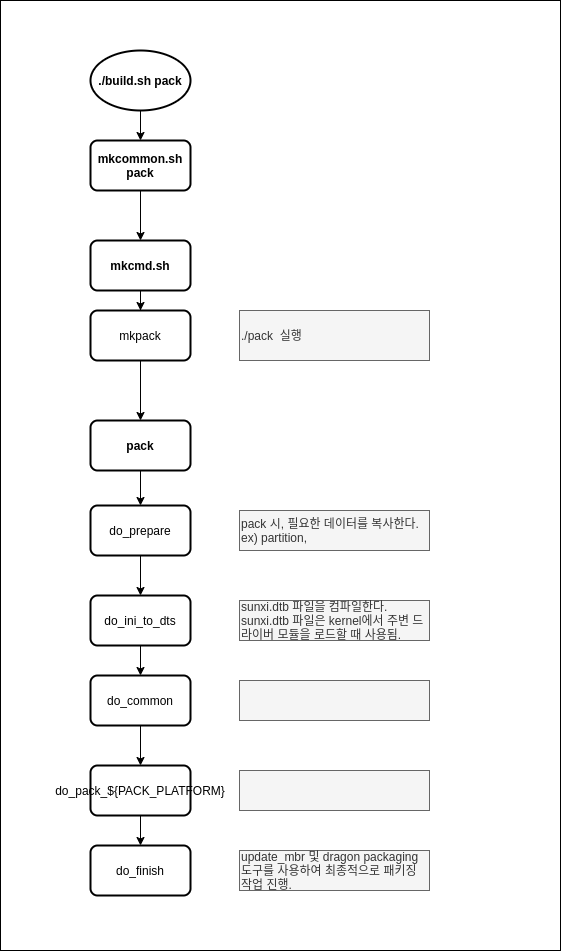
Above: image/ALLWINNER_PACKAGING_PROCESS_ANALYSIS-1.png in lchy0113/dev_tips (draw.io), before the change. Source tidied: cells renumbered, new cells last; positions are measured from the earlier drawing's top-left corner, leaving out a move shared by most shapes.
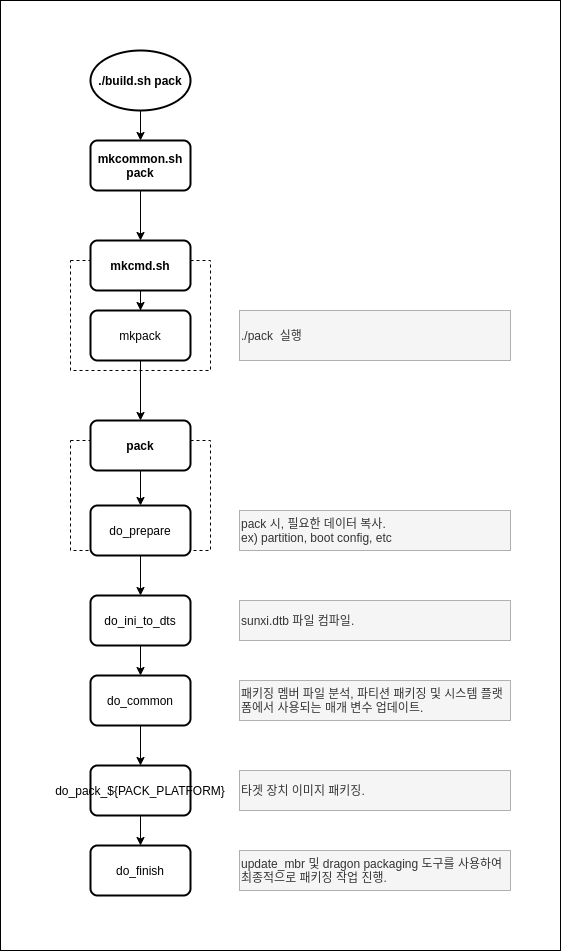
The same file after the commit.

Change to the diagram source:
```diff
@@ -5,80 +5,86 @@
     <mxCell id="2" style="rounded=0;whiteSpace=wrap;html=1;" parent="1" vertex="1">
       <mxGeometry width="560" height="950" as="geometry" />
     </mxCell>
-    <mxCell id="3" style="edgeStyle=orthogonalEdgeStyle;rounded=0;jettySize=auto;html=1;" parent="1" edge="1" source="4" target="6">
-      <mxGeometry relative="1" as="geometry" />
+    <mxCell id="3" style="rounded=0;whiteSpace=wrap;html=1;dashed=1;" parent="1" vertex="1">
+      <mxGeometry x="70" y="260" width="140" height="110" as="geometry" />
     </mxCell>
-    <mxCell id="4" value="./build.sh pack" style="strokeWidth=2;html=1;shape=mxgraph.flowchart.start_1;whiteSpace=wrap;fontStyle=1;" parent="1" vertex="1">
-      <mxGeometry x="90" y="50" width="100" height="60" as="geometry" />
+    <mxCell id="4" style="edgeStyle=orthogonalEdgeStyle;rounded=0;jettySize=auto;html=1;" parent="1" edge="1" source="5" target="7">
+      <mxGeometry relative="1" as="geometry" />
     </mxCell>
-    <mxCell id="5" style="edgeStyle=orthogonalEdgeStyle;rounded=0;jettySize=auto;html=1;" parent="1" edge="1" source="6" target="8">
-      <mxGeometry relative="1" as="geometry" />
+    <mxCell id="5" value="./build.sh pack" style="strokeWidth=2;html=1;shape=mxgraph.flowchart.start_1;whiteSpace=wrap;fontStyle=1;" parent="1" vertex="1">
+      <mxGeometry x="90" y="50" width="100" height="60" as="geometry" />
     </mxCell>
-    <mxCell id="6" value="mkcommon.sh pack" style="rounded=1;whiteSpace=wrap;html=1;absoluteArcSize=1;arcSize=14;strokeWidth=2;fontStyle=1;" parent="1" vertex="1">
-      <mxGeometry x="90" y="140" width="100" height="50" as="geometry" />
+    <mxCell id="6" style="edgeStyle=orthogonalEdgeStyle;rounded=0;jettySize=auto;html=1;" parent="1" edge="1" source="7" target="9">
+      <mxGeometry relative="1" as="geometry" />
     </mxCell>
-    <mxCell id="7" style="edgeStyle=orthogonalEdgeStyle;rounded=0;jettySize=auto;html=1;entryX=0.5;entryY=0;entryDx=0;entryDy=0;" parent="1" edge="1" source="8" target="10">
-      <mxGeometry relative="1" as="geometry" />
+    <mxCell id="7" value="mkcommon.sh pack" style="rounded=1;whiteSpace=wrap;html=1;absoluteArcSize=1;arcSize=14;strokeWidth=2;fontStyle=1;" parent="1" vertex="1">
+      <mxGeometry x="90" y="140" width="100" height="50" as="geometry" />
     </mxCell>
-    <mxCell id="8" value="mkcmd.sh" style="rounded=1;whiteSpace=wrap;html=1;absoluteArcSize=1;arcSize=14;strokeWidth=2;fontStyle=1;" parent="1" vertex="1">
-      <mxGeometry x="90" y="240" width="100" height="50" as="geometry" />
+    <mxCell id="8" style="edgeStyle=orthogonalEdgeStyle;rounded=0;jettySize=auto;html=1;entryX=0.5;entryY=0;entryDx=0;entryDy=0;" parent="1" edge="1" source="9" target="11">
+      <mxGeometry relative="1" as="geometry" />
     </mxCell>
-    <mxCell id="9" style="edgeStyle=orthogonalEdgeStyle;rounded=0;jettySize=auto;html=1;entryX=0.5;entryY=0;entryDx=0;entryDy=0;" parent="1" edge="1" source="10" target="12">
-      <mxGeometry relative="1" as="geometry" />
+    <mxCell id="9" value="mkcmd.sh" style="rounded=1;whiteSpace=wrap;html=1;absoluteArcSize=1;arcSize=14;strokeWidth=2;fontStyle=1;" parent="1" vertex="1">
+      <mxGeometry x="90" y="240" width="100" height="50" as="geometry" />
     </mxCell>
-    <mxCell id="10" value="mkpack" style="rounded=1;whiteSpace=wrap;html=1;absoluteArcSize=1;arcSize=14;strokeWidth=2;" parent="1" vertex="1">
-      <mxGeometry x="90" y="310" width="100" height="50" as="geometry" />
+    <mxCell id="10" style="edgeStyle=orthogonalEdgeStyle;rounded=0;jettySize=auto;html=1;entryX=0.5;entryY=0;entryDx=0;entryDy=0;" parent="1" edge="1" source="11" target="15">
+      <mxGeometry relative="1" as="geometry" />
     </mxCell>
-    <mxCell id="11" style="edgeStyle=orthogonalEdgeStyle;rounded=0;jettySize=auto;html=1;" parent="1" edge="1" source="12" target="14">
-      <mxGeometry relative="1" as="geometry" />
+    <mxCell id="11" value="mkpack" style="rounded=1;whiteSpace=wrap;html=1;absoluteArcSize=1;arcSize=14;strokeWidth=2;" parent="1" vertex="1">
+      <mxGeometry x="90" y="310" width="100" height="50" as="geometry" />
     </mxCell>
-    <mxCell id="12" value="pack" style="rounded=1;whiteSpace=wrap;html=1;absoluteArcSize=1;arcSize=14;strokeWidth=2;fontStyle=1;" parent="1" vertex="1">
-      <mxGeometry x="90" y="420" width="100" height="50" as="geometry" />
+    <mxCell id="12" value="./pack&amp;nbsp; 실행" style="text;html=1;align=left;verticalAlign=middle;whiteSpace=wrap;rounded=0;fillColor=#f5f5f5;strokeColor=#666666;fontColor=#333333;dashed=1;dashPattern=1 1;" parent="1" vertex="1">
+      <mxGeometry x="239" y="310" width="271" height="50" as="geometry" />
     </mxCell>
-    <mxCell id="13" style="edgeStyle=orthogonalEdgeStyle;rounded=0;jettySize=auto;html=1;entryX=0.5;entryY=0;entryDx=0;entryDy=0;" parent="1" edge="1" source="14" target="16">
-      <mxGeometry relative="1" as="geometry" />
+    <mxCell id="13" style="rounded=0;whiteSpace=wrap;html=1;dashed=1;fontStyle=1;" parent="1" vertex="1">
+      <mxGeometry x="70" y="440" width="140" height="110" as="geometry" />
     </mxCell>
-    <mxCell id="14" value="do_prepare" style="rounded=1;whiteSpace=wrap;html=1;absoluteArcSize=1;arcSize=14;strokeWidth=2;" parent="1" vertex="1">
-      <mxGeometry x="90" y="505" width="100" height="50" as="geometry" />
+    <mxCell id="14" style="edgeStyle=orthogonalEdgeStyle;rounded=0;jettySize=auto;html=1;" parent="1" edge="1" source="15" target="17">
+      <mxGeometry relative="1" as="geometry" />
     </mxCell>
-    <mxCell id="15" style="edgeStyle=orthogonalEdgeStyle;rounded=0;jettySize=auto;html=1;entryX=0.5;entryY=0;entryDx=0;entryDy=0;" parent="1" edge="1" source="16" target="18">
-      <mxGeometry relative="1" as="geometry" />
+    <mxCell id="15" value="pack" style="rounded=1;whiteSpace=wrap;html=1;absoluteArcSize=1;arcSize=14;strokeWidth=2;fontStyle=1;" parent="1" vertex="1">
+      <mxGeometry x="90" y="420" width="100" height="50" as="geometry" />
     </mxCell>
-    <mxCell id="16" value="do_ini_to_dts" style="rounded=1;whiteSpace=wrap;html=1;absoluteArcSize=1;arcSize=14;strokeWidth=2;" parent="1" vertex="1">
-      <mxGeometry x="90" y="595" width="100" height="50" as="geometry" />
+    <mxCell id="16" style="edgeStyle=orthogonalEdgeStyle;rounded=0;jettySize=auto;html=1;entryX=0.5;entryY=0;entryDx=0;entryDy=0;" parent="1" edge="1" source="17" target="19">
+      <mxGeometry relative="1" as="geometry" />
     </mxCell>
-    <mxCell id="17" style="edgeStyle=orthogonalEdgeStyle;rounded=0;jettySize=auto;html=1;" parent="1" edge="1" source="18" target="20">
-      <mxGeometry relative="1" as="geometry" />
+    <mxCell id="17" value="do_prepare" style="rounded=1;whiteSpace=wrap;html=1;absoluteArcSize=1;arcSize=14;strokeWidth=2;" parent="1" vertex="1">
+      <mxGeometry x="90" y="505" width="100" height="50" as="geometry" />
     </mxCell>
-    <mxCell id="18" value="do_common" style="rounded=1;whiteSpace=wrap;html=1;absoluteArcSize=1;arcSize=14;strokeWidth=2;" parent="1" vertex="1">
-      <mxGeometry x="90" y="675" width="100" height="50" as="geometry" />
+    <mxCell id="18" style="edgeStyle=orthogonalEdgeStyle;rounded=0;jettySize=auto;html=1;entryX=0.5;entryY=0;entryDx=0;entryDy=0;" parent="1" edge="1" source="19" target="21">
+      <mxGeometry relative="1" as="geometry" />
     </mxCell>
-    <mxCell id="19" style="edgeStyle=orthogonalEdgeStyle;rounded=0;jettySize=auto;html=1;entryX=0.5;entryY=0;entryDx=0;entryDy=0;" parent="1" edge="1" source="20" target="21">
-      <mxGeometry relative="1" as="geometry" />
+    <mxCell id="19" value="do_ini_to_dts" style="rounded=1;whiteSpace=wrap;html=1;absoluteArcSize=1;arcSize=14;strokeWidth=2;" parent="1" vertex="1">
+      <mxGeometry x="90" y="595" width="100" height="50" as="geometry" />
     </mxCell>
-    <mxCell id="20" value="do_pack_${PACK_PLATFORM}" style="rounded=1;whiteSpace=wrap;html=1;absoluteArcSize=1;arcSize=14;strokeWidth=2;" parent="1" vertex="1">
-      <mxGeometry x="90" y="765" width="100" height="50" as="geometry" />
+    <mxCell id="20" style="edgeStyle=orthogonalEdgeStyle;rounded=0;jettySize=auto;html=1;" parent="1" edge="1" source="21" target="23">
+      <mxGeometry relative="1" as="geometry" />
     </mxCell>
-    <mxCell id="21" value="do_finish" style="rounded=1;whiteSpace=wrap;html=1;absoluteArcSize=1;arcSize=14;strokeWidth=2;" parent="1" vertex="1">
-      <mxGeometry x="90" y="845" width="100" height="50" as="geometry" />
+    <mxCell id="21" value="do_common" style="rounded=1;whiteSpace=wrap;html=1;absoluteArcSize=1;arcSize=14;strokeWidth=2;" parent="1" vertex="1">
+      <mxGeometry x="90" y="675" width="100" height="50" as="geometry" />
     </mxCell>
-    <mxCell id="22" value="./pack&amp;nbsp; 실행" style="text;html=1;align=left;verticalAlign=middle;whiteSpace=wrap;rounded=0;fillColor=#f5f5f5;strokeColor=#666666;fontColor=#333333;" parent="1" vertex="1">
-      <mxGeometry x="239" y="310" width="190" height="50" as="geometry" />
+    <mxCell id="22" style="edgeStyle=orthogonalEdgeStyle;rounded=0;jettySize=auto;html=1;entryX=0.5;entryY=0;entryDx=0;entryDy=0;" parent="1" edge="1" source="23" target="24">
+      <mxGeometry relative="1" as="geometry" />
     </mxCell>
-    <mxCell id="23" value="pack 시, 필요한 데이터를 복사한다.&amp;nbsp;&lt;br&gt;ex) partition," style="text;html=1;align=left;verticalAlign=middle;whiteSpace=wrap;rounded=0;fillColor=#f5f5f5;strokeColor=#666666;fontColor=#333333;" parent="1" vertex="1">
-      <mxGeometry x="239" y="510" width="190" height="40" as="geometry" />
+    <mxCell id="23" value="do_pack_${PACK_PLATFORM}" style="rounded=1;whiteSpace=wrap;html=1;absoluteArcSize=1;arcSize=14;strokeWidth=2;" parent="1" vertex="1">
+      <mxGeometry x="90" y="765" width="100" height="50" as="geometry" />
     </mxCell>
-    <mxCell id="24" value="sunxi.dtb 파일을 컴파일한다.&amp;nbsp;&lt;br&gt;sunxi.dtb 파일은 kernel에서 주변 드라이버 모듈을 로드할 때 사용됨.&amp;nbsp;" style="text;html=1;align=left;verticalAlign=middle;whiteSpace=wrap;rounded=0;fillColor=#f5f5f5;strokeColor=#666666;fontColor=#333333;" parent="1" vertex="1">
-      <mxGeometry x="239" y="600" width="190" height="40" as="geometry" />
+    <mxCell id="24" value="do_finish" style="rounded=1;whiteSpace=wrap;html=1;absoluteArcSize=1;arcSize=14;strokeWidth=2;" parent="1" vertex="1">
+      <mxGeometry x="90" y="845" width="100" height="50" as="geometry" />
     </mxCell>
-    <mxCell id="25" style="text;html=1;align=left;verticalAlign=middle;whiteSpace=wrap;rounded=0;fillColor=#f5f5f5;strokeColor=#666666;fontColor=#333333;" parent="1" vertex="1">
-      <mxGeometry x="239" y="680" width="190" height="40" as="geometry" />
+    <mxCell id="25" value="pack 시, 필요한 데이터 복사.&lt;br&gt;ex) partition, boot config, etc&amp;nbsp;" style="text;html=1;align=left;verticalAlign=middle;whiteSpace=wrap;rounded=0;fillColor=#f5f5f5;strokeColor=#666666;fontColor=#333333;dashed=1;dashPattern=1 1;" parent="1" vertex="1">
+      <mxGeometry x="239" y="510" width="271" height="40" as="geometry" />
     </mxCell>
-    <mxCell id="26" style="text;html=1;align=left;verticalAlign=middle;whiteSpace=wrap;rounded=0;fillColor=#f5f5f5;strokeColor=#666666;fontColor=#333333;" parent="1" vertex="1">
-      <mxGeometry x="239" y="770" width="190" height="40" as="geometry" />
+    <mxCell id="26" value="sunxi.dtb 파일 컴파일.&amp;nbsp;" style="text;html=1;align=left;verticalAlign=middle;whiteSpace=wrap;rounded=0;fillColor=#f5f5f5;strokeColor=#666666;fontColor=#333333;dashed=1;dashPattern=1 1;" parent="1" vertex="1">
+      <mxGeometry x="239" y="600" width="271" height="40" as="geometry" />
     </mxCell>
-    <mxCell id="27" value="update_mbr 및 dragon packaging 도구를 사용하여 최종적으로 패키징 작업 진행." style="text;html=1;align=left;verticalAlign=middle;whiteSpace=wrap;rounded=0;fillColor=#f5f5f5;strokeColor=#666666;fontColor=#333333;" parent="1" vertex="1">
-      <mxGeometry x="239" y="850" width="190" height="40" as="geometry" />
+    <mxCell id="27" value="패키징 멤버 파일 분석, 파티션 패키징 및 시스템 플랫폼에서 사용되는 매개 변수 업데이트." style="text;html=1;align=left;verticalAlign=middle;whiteSpace=wrap;rounded=0;fillColor=#f5f5f5;strokeColor=#666666;fontColor=#333333;dashed=1;dashPattern=1 1;" parent="1" vertex="1">
+      <mxGeometry x="239" y="680" width="271" height="40" as="geometry" />
     </mxCell>
+    <mxCell id="28" value="타겟 장치 이미지 패키징." style="text;html=1;align=left;verticalAlign=middle;whiteSpace=wrap;rounded=0;fillColor=#f5f5f5;strokeColor=#666666;fontColor=#333333;dashed=1;dashPattern=1 1;" parent="1" vertex="1">
+      <mxGeometry x="239" y="770" width="271" height="40" as="geometry" />
+    </mxCell>
+    <mxCell id="29" value="update_mbr 및 dragon packaging 도구를 사용하여 최종적으로 패키징 작업 진행." style="text;html=1;align=left;verticalAlign=middle;whiteSpace=wrap;rounded=0;fillColor=#f5f5f5;strokeColor=#666666;fontColor=#333333;dashed=1;dashPattern=1 1;" parent="1" vertex="1">
+      <mxGeometry x="239" y="850" width="271" height="40" as="geometry" />
+    </mxCell>
   </root>
 </mxGraphModel>
```
